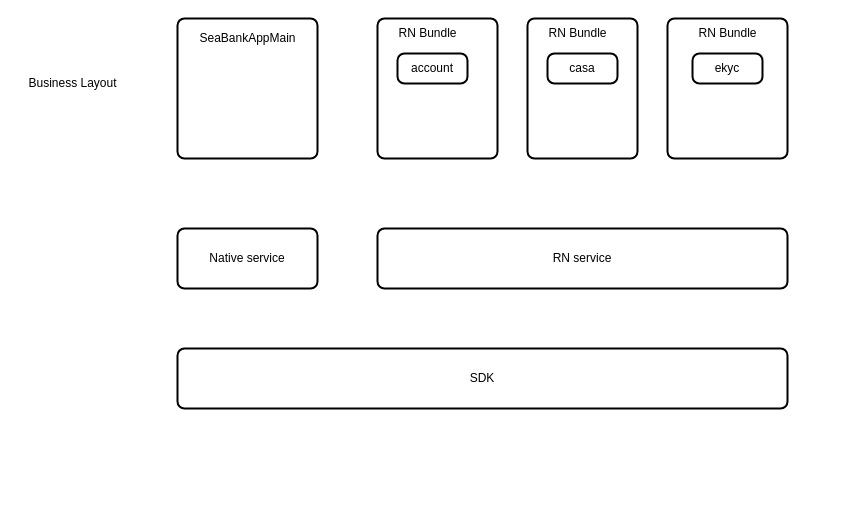
RexYao97/sfrex keeps this draw.io diagram as useVerify/登陆认证overall Design.drawio. Above is the earlier version. Source tidied: cells renumbered, new cells numbered last; positions are measured from the earlier drawing's top-left corner, leaving out a move shared by most shapes. Both pictures are drawn from the tidied source at 100%, with x=0, y=0 at pixel (17, 18).
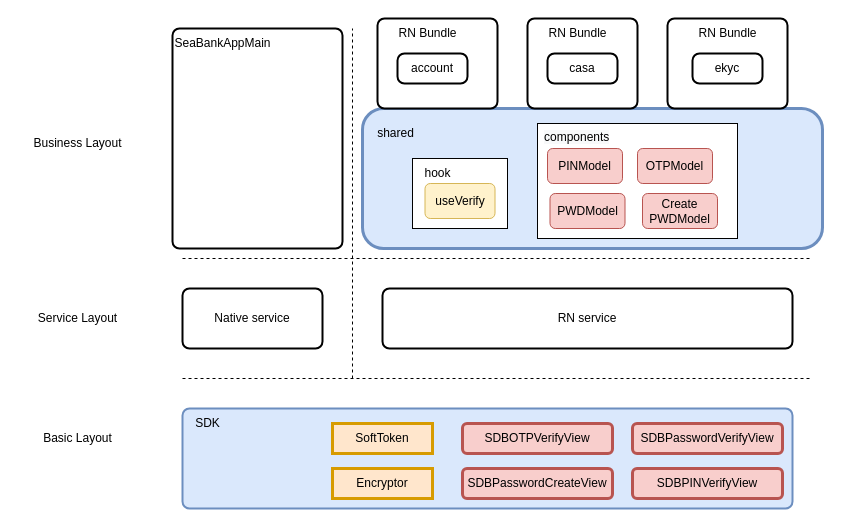
After the change.

Commit message (it also covers changes not shown here):
更新登陆认证overall Design.drawio

The edit, as a diff of the source:
```diff
@@
+    <mxCell id="17" style="rounded=1;whiteSpace=wrap;html=1;fillColor=#dae8fc;strokeColor=#6c8ebf;strokeWidth=3;" parent="1" vertex="1">
+      <mxGeometry x="345" y="90" width="460" height="140" as="geometry" />
+    </mxCell>
+    <mxCell id="18" style="whiteSpace=wrap;html=1;" parent="1" vertex="1">
+      <mxGeometry x="520" y="105" width="200" height="115" as="geometry" />
+    </mxCell>
     <mxCell id="2" style="rounded=1;whiteSpace=wrap;html=1;absoluteArcSize=1;arcSize=14;strokeWidth=2;" parent="1" vertex="1">
-      <mxGeometry x="160" width="140" height="140" as="geometry" />
+      <mxGeometry x="155" y="10" width="170" height="220" as="geometry" />
     </mxCell>
     <mxCell id="3" style="rounded=1;whiteSpace=wrap;html=1;absoluteArcSize=1;arcSize=14;strokeWidth=2;" parent="1" vertex="1">
-      <mxGeometry x="360" width="120" height="140" as="geometry" />
+      <mxGeometry x="360" width="120" height="90" as="geometry" />
     </mxCell>
@@
     <mxCell id="5" style="rounded=1;whiteSpace=wrap;html=1;absoluteArcSize=1;arcSize=14;strokeWidth=2;" parent="1" vertex="1">
-      <mxGeometry x="510" width="110" height="140" as="geometry" />
+      <mxGeometry x="510" width="110" height="90" as="geometry" />
     </mxCell>
@@
     <mxCell id="7" style="rounded=1;whiteSpace=wrap;html=1;absoluteArcSize=1;arcSize=14;strokeWidth=2;" parent="1" vertex="1">
-      <mxGeometry x="650" width="120" height="140" as="geometry" />
+      <mxGeometry x="650" width="120" height="90" as="geometry" />
     </mxCell>
@@
     <mxCell id="12" value="SeaBankAppMain" style="text;html=1;align=center;verticalAlign=middle;strokeColor=none;fillColor=none;" parent="1" vertex="1">
-      <mxGeometry x="170" y="5" width="120" height="30" as="geometry" />
+      <mxGeometry x="145" y="10" width="120" height="30" as="geometry" />
     </mxCell>
     <mxCell id="13" value="Business Layout" style="text;html=1;align=center;verticalAlign=middle;strokeColor=none;fillColor=none;" parent="1" vertex="1">
-      <mxGeometry y="50" width="110" height="30" as="geometry" />
+      <mxGeometry x="5" y="110" width="110" height="30" as="geometry" />
     </mxCell>
     <mxCell id="14" value="Native service" style="rounded=1;whiteSpace=wrap;html=1;absoluteArcSize=1;arcSize=14;strokeWidth=2;" parent="1" vertex="1">
-      <mxGeometry x="160" y="210" width="140" height="60" as="geometry" />
+      <mxGeometry x="165" y="270" width="140" height="60" as="geometry" />
     </mxCell>
     <mxCell id="15" value="RN service" style="rounded=1;whiteSpace=wrap;html=1;absoluteArcSize=1;arcSize=14;strokeWidth=2;" parent="1" vertex="1">
-      <mxGeometry x="360" y="210" width="410" height="60" as="geometry" />
+      <mxGeometry x="365" y="270" width="410" height="60" as="geometry" />
     </mxCell>
-    <mxCell id="16" value="SDK" style="rounded=1;whiteSpace=wrap;html=1;absoluteArcSize=1;arcSize=14;strokeWidth=2;" parent="1" vertex="1">
-      <mxGeometry x="160" y="330" width="610" height="60" as="geometry" />
+    <mxCell id="16" style="rounded=1;whiteSpace=wrap;html=1;absoluteArcSize=1;arcSize=14;strokeWidth=2;fillColor=#dae8fc;strokeColor=#6c8ebf;" parent="1" vertex="1">
+      <mxGeometry x="165" y="390" width="610" height="100" as="geometry" />
     </mxCell>
+    <mxCell id="19" value="Service Layout" style="text;html=1;align=center;verticalAlign=middle;strokeColor=none;fillColor=none;" parent="1" vertex="1">
+      <mxGeometry x="10" y="285" width="100" height="30" as="geometry" />
+    </mxCell>
+    <mxCell id="20" value="Basic Layout" style="text;html=1;align=center;verticalAlign=middle;strokeColor=none;fillColor=none;" parent="1" vertex="1">
+      <mxGeometry x="15" y="405" width="90" height="30" as="geometry" />
+    </mxCell>
+    <mxCell id="21" style="endArrow=none;dashed=1;html=1;rounded=0;" parent="1" edge="1">
+      <mxGeometry relative="1" as="geometry">
+        <mxPoint x="335" y="360" as="sourcePoint" />
+        <mxPoint x="335" y="10" as="targetPoint" />
+      </mxGeometry>
+    </mxCell>
+    <mxCell id="22" style="endArrow=none;dashed=1;html=1;rounded=0;" parent="1" edge="1">
+      <mxGeometry relative="1" as="geometry">
+        <mxPoint x="165" y="240" as="sourcePoint" />
+        <mxPoint x="795" y="240" as="targetPoint" />
+      </mxGeometry>
+    </mxCell>
+    <mxCell id="23" style="endArrow=none;dashed=1;html=1;rounded=0;" parent="1" edge="1">
+      <mxGeometry relative="1" as="geometry">
+        <mxPoint x="165" y="360" as="sourcePoint" />
+        <mxPoint x="795" y="360" as="targetPoint" />
+      </mxGeometry>
+    </mxCell>
+    <mxCell id="24" value="shared" style="text;html=1;align=center;verticalAlign=middle;strokeColor=none;fillColor=none;" parent="1" vertex="1">
+      <mxGeometry x="347.5" y="100" width="60" height="30" as="geometry" />
+    </mxCell>
+    <mxCell id="25" value="PINModel" style="rounded=1;whiteSpace=wrap;html=1;fillColor=#f8cecc;strokeColor=#b85450;" parent="1" vertex="1">
+      <mxGeometry x="530" y="130" width="75" height="35" as="geometry" />
+    </mxCell>
+    <mxCell id="26" value="OTPModel" style="rounded=1;whiteSpace=wrap;html=1;fillColor=#f8cecc;strokeColor=#b85450;" parent="1" vertex="1">
+      <mxGeometry x="620" y="130" width="75" height="35" as="geometry" />
+    </mxCell>
+    <mxCell id="27" value="&lt;span style=&quot;color: rgb(0, 0, 0); font-family: Helvetica; font-size: 12px; font-style: normal; font-variant-ligatures: normal; font-variant-caps: normal; font-weight: 400; letter-spacing: normal; orphans: 2; text-align: center; text-indent: 0px; text-transform: none; widows: 2; word-spacing: 0px; -webkit-text-stroke-width: 0px; background-color: rgb(248, 249, 250); text-decoration-thickness: initial; text-decoration-style: initial; text-decoration-color: initial; float: none; display: inline !important;&quot;&gt;components&lt;/span&gt;" style="text;whiteSpace=wrap;html=1;" parent="1" vertex="1">
+      <mxGeometry x="525" y="105" width="100" height="40" as="geometry" />
+    </mxCell>
+    <mxCell id="28" value="PWDModel" style="rounded=1;whiteSpace=wrap;html=1;fillColor=#f8cecc;strokeColor=#b85450;" parent="1" vertex="1">
+      <mxGeometry x="532.5" y="175" width="75" height="35" as="geometry" />
+    </mxCell>
+    <mxCell id="29" style="whiteSpace=wrap;html=1;" parent="1" vertex="1">
+      <mxGeometry x="395" y="140" width="95" height="70" as="geometry" />
+    </mxCell>
+    <mxCell id="30" value="&lt;span style=&quot;&quot;&gt;hook&lt;/span&gt;" style="text;html=1;align=center;verticalAlign=middle;strokeColor=none;fillColor=none;" parent="1" vertex="1">
+      <mxGeometry x="395" y="140" width="50" height="30" as="geometry" />
+    </mxCell>
+    <mxCell id="31" value="useVerify" style="rounded=1;whiteSpace=wrap;html=1;fillColor=#fff2cc;strokeColor=#d6b656;" parent="1" vertex="1">
+      <mxGeometry x="407.5" y="165" width="70" height="35" as="geometry" />
+    </mxCell>
+    <mxCell id="32" value="Create PWDModel" style="rounded=1;whiteSpace=wrap;html=1;fillColor=#f8cecc;strokeColor=#b85450;" parent="1" vertex="1">
+      <mxGeometry x="625" y="175" width="75" height="35" as="geometry" />
+    </mxCell>
+    <mxCell id="33" value="SDBOTPVerifyView" style="rounded=1;whiteSpace=wrap;html=1;strokeWidth=3;fillColor=#f8cecc;strokeColor=#b85450;" parent="1" vertex="1">
+      <mxGeometry x="445" y="405" width="150" height="30" as="geometry" />
+    </mxCell>
+    <mxCell id="34" value="SDBPasswordVerifyView" style="rounded=1;whiteSpace=wrap;html=1;strokeWidth=3;fillColor=#f8cecc;strokeColor=#b85450;" parent="1" vertex="1">
+      <mxGeometry x="615" y="405" width="150" height="30" as="geometry" />
+    </mxCell>
+    <mxCell id="35" value="SDBPasswordCreateView" style="rounded=1;whiteSpace=wrap;html=1;strokeWidth=3;fillColor=#f8cecc;strokeColor=#b85450;" parent="1" vertex="1">
+      <mxGeometry x="445" y="450" width="150" height="30" as="geometry" />
+    </mxCell>
+    <mxCell id="36" value="SDBPINVerifyView" style="rounded=1;whiteSpace=wrap;html=1;strokeWidth=3;fillColor=#f8cecc;strokeColor=#b85450;" parent="1" vertex="1">
+      <mxGeometry x="615" y="450" width="150" height="30" as="geometry" />
+    </mxCell>
+    <mxCell id="37" value="&lt;span style=&quot;&quot;&gt;SDK&lt;/span&gt;" style="text;html=1;align=center;verticalAlign=middle;strokeColor=none;fillColor=none;" parent="1" vertex="1">
+      <mxGeometry x="165" y="390" width="50" height="30" as="geometry" />
+    </mxCell>
+    <mxCell id="38" value="SoftToken" style="whiteSpace=wrap;html=1;strokeWidth=3;fillColor=#ffe6cc;strokeColor=#d79b00;" parent="1" vertex="1">
+      <mxGeometry x="315" y="405" width="100" height="30" as="geometry" />
+    </mxCell>
+    <mxCell id="39" value="Encryptor" style="whiteSpace=wrap;html=1;strokeWidth=3;fillColor=#ffe6cc;strokeColor=#d79b00;" parent="1" vertex="1">
+      <mxGeometry x="315" y="450" width="100" height="30" as="geometry" />
+    </mxCell>
```
